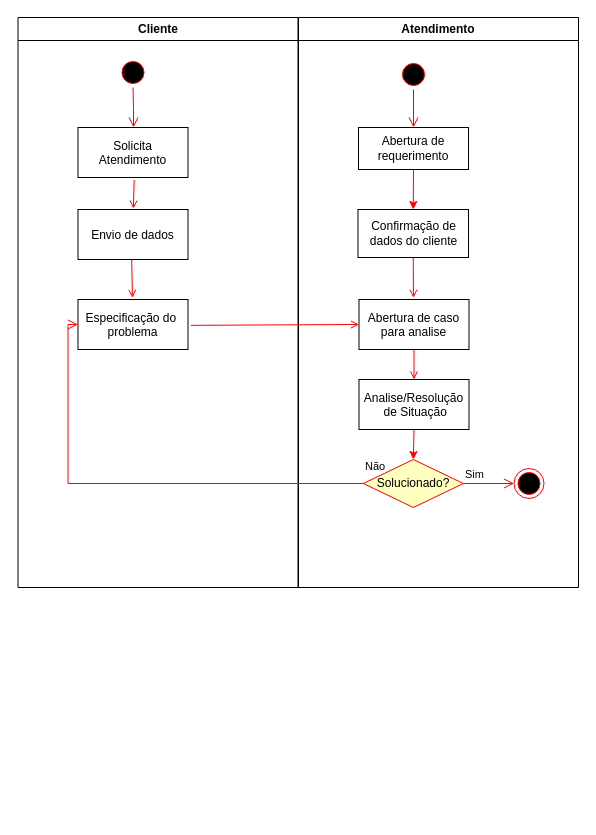
BrennoA/Diagram-de-atividades keeps this draw.io diagram as Diagrama sem nome.drawio. Above is the earlier version. Source tidied: cells renumbered, new cells numbered last; positions are measured from the earlier drawing's top-left corner, leaving out a move shared by most shapes. Both pictures are drawn from the tidied source at 100%, with x=0, y=0 at pixel (17, 17).
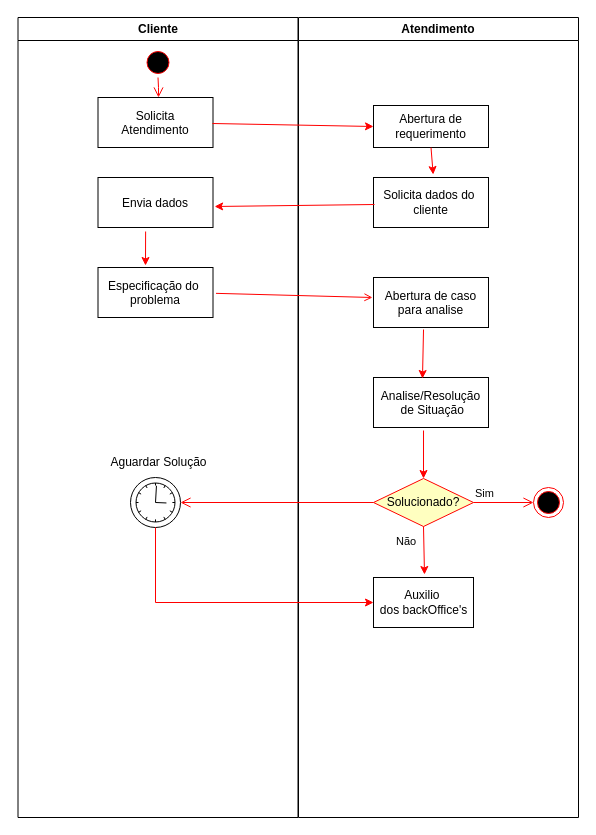
The same page after the edit.

Diff of the diagram source:
```diff
@@
     <mxCell id="2" value="Cliente" style="swimlane;whiteSpace=wrap;" parent="1" vertex="1">
-      <mxGeometry x="0.5" width="280" height="570" as="geometry" />
+      <mxGeometry x="0.5" width="280" height="800" as="geometry" />
     </mxCell>
     <mxCell id="3" style="ellipse;shape=startState;fillColor=#000000;strokeColor=#ff0000;" parent="2" vertex="1">
-      <mxGeometry x="100" y="40" width="30" height="30" as="geometry" />
+      <mxGeometry x="125" y="30" width="30" height="30" as="geometry" />
     </mxCell>
@@
     <mxCell id="5" value="Solicita&#10;Atendimento" parent="2" vertex="1">
-      <mxGeometry x="60" y="110" width="110" height="50" as="geometry" />
+      <mxGeometry x="80" y="80" width="115" height="50" as="geometry" />
     </mxCell>
-    <mxCell id="6" value="Envio de dados" parent="2" vertex="1">
-      <mxGeometry x="60" y="192" width="110" height="50" as="geometry" />
+    <mxCell id="6" value="Envia dados" parent="2" vertex="1">
+      <mxGeometry x="80" y="160" width="115" height="50" as="geometry" />
     </mxCell>
-    <mxCell id="7" style="endArrow=open;strokeColor=#FF0000;endFill=1;rounded=0;entryX=0.503;entryY=-0.017;entryDx=0;entryDy=0;entryPerimeter=0;exitX=0.511;exitY=1.05;exitDx=0;exitDy=0;exitPerimeter=0;" parent="2" edge="1" source="5" target="6">
-      <mxGeometry relative="1" as="geometry" />
-    </mxCell>
     <mxCell id="8" value="Especificação do &#10;problema" parent="2" vertex="1">
-      <mxGeometry x="60" y="282" width="110" height="50" as="geometry" />
+      <mxGeometry x="80" y="250" width="115" height="50" as="geometry" />
     </mxCell>
-    <mxCell id="9" style="endArrow=open;strokeColor=#FF0000;endFill=1;rounded=0;entryX=0.495;entryY=-0.033;entryDx=0;entryDy=0;entryPerimeter=0;exitX=0.488;exitY=1;exitDx=0;exitDy=0;exitPerimeter=0;" parent="2" edge="1" source="6" target="8">
+    <mxCell id="9" style="endArrow=classic;html=1;rounded=0;strokeColor=#FF0000;exitX=0.414;exitY=1.08;exitDx=0;exitDy=0;exitPerimeter=0;entryX=0.413;entryY=-0.04;entryDx=0;entryDy=0;entryPerimeter=0;" parent="2" edge="1" source="6" target="8">
       <mxGeometry relative="1" as="geometry" />
     </mxCell>
+    <mxCell id="26" style="points=[[0.145,0.145,0],[0.5,0,0],[0.855,0.145,0],[1,0.5,0],[0.855,0.855,0],[0.5,1,0],[0.145,0.855,0],[0,0.5,0]];shape=mxgraph.bpmn.event;html=1;verticalLabelPosition=bottom;labelBackgroundColor=#ffffff;verticalAlign=top;align=center;perimeter=ellipsePerimeter;outlineConnect=0;outline=standard;symbol=timer;" parent="2" vertex="1">
+      <mxGeometry x="112.5" y="460" width="50" height="50" as="geometry" />
+    </mxCell>
+    <mxCell id="27" value="Aguardar Solução" style="text;html=1;align=center;verticalAlign=middle;strokeColor=none;fillColor=none;" parent="2" vertex="1">
+      <mxGeometry x="80" y="430" width="120" height="30" as="geometry" />
+    </mxCell>
     <mxCell id="10" value="Atendimento" style="swimlane;whiteSpace=wrap;" parent="1" vertex="1">
-      <mxGeometry x="281" width="280" height="570" as="geometry" />
+      <mxGeometry x="281" width="280" height="800" as="geometry" />
     </mxCell>
     <mxCell id="11" value="Abertura de caso&#10;para analise" parent="10" vertex="1">
-      <mxGeometry x="60.5" y="282" width="110" height="50" as="geometry" />
+      <mxGeometry x="75" y="260" width="115" height="50" as="geometry" />
     </mxCell>
     <mxCell id="12" value="Analise/Resolução&#10; de Situação" parent="10" vertex="1">
-      <mxGeometry x="60.5" y="362" width="110" height="50" as="geometry" />
+      <mxGeometry x="75" y="360" width="115" height="50" as="geometry" />
     </mxCell>
-    <mxCell id="13" style="endArrow=open;strokeColor=#FF0000;endFill=1;rounded=0;" parent="10" edge="1" source="11" target="12">
-      <mxGeometry relative="1" as="geometry" />
-    </mxCell>
-    <mxCell id="14" style="ellipse;html=1;shape=startState;fillColor=#000000;strokeColor=#ff0000;" parent="10" vertex="1">
-      <mxGeometry x="100" y="42" width="30" height="30" as="geometry" />
-    </mxCell>
-    <mxCell id="15" style="edgeStyle=orthogonalEdgeStyle;html=1;verticalAlign=bottom;endArrow=open;endSize=8;strokeColor=#ff0000;rounded=0;entryX=0.5;entryY=0;entryDx=0;entryDy=0;" parent="10" edge="1" source="14" target="21">
-      <mxGeometry relative="1" as="geometry" />
-    </mxCell>
@@
     <mxCell id="17" value="Solucionado?" style="rhombus;whiteSpace=wrap;html=1;fillColor=#ffffc0;strokeColor=#ff0000;" parent="10" vertex="1">
-      <mxGeometry x="64.8" y="442" width="100" height="48" as="geometry" />
+      <mxGeometry x="75" y="461" width="100" height="48" as="geometry" />
     </mxCell>
-    <mxCell id="18" style="endArrow=classic;html=1;rounded=0;strokeColor=#FF0000;entryX=0.5;entryY=0;entryDx=0;entryDy=0;exitX=0.5;exitY=1;exitDx=0;exitDy=0;" parent="10" edge="1" source="12" target="17">
+    <mxCell id="18" style="endArrow=classic;html=1;rounded=0;strokeColor=#FF0000;entryX=0.5;entryY=0;entryDx=0;entryDy=0;exitX=0.435;exitY=1.06;exitDx=0;exitDy=0;exitPerimeter=0;" parent="10" edge="1" source="12" target="17">
       <mxGeometry relative="1" as="geometry" />
     </mxCell>
     <mxCell id="19" style="ellipse;shape=endState;fillColor=#000000;strokeColor=#ff0000;" parent="10" vertex="1">
-      <mxGeometry x="215.5" y="451" width="30" height="30" as="geometry" />
+      <mxGeometry x="235" y="470" width="30" height="30" as="geometry" />
     </mxCell>
-    <mxCell id="20" style="endArrow=open;strokeColor=#FF0000;endFill=1;rounded=0;exitX=0.5;exitY=1;exitDx=0;exitDy=0;entryX=0.495;entryY=-0.033;entryDx=0;entryDy=0;entryPerimeter=0;" parent="10" edge="1" source="22" target="11">
-      <mxGeometry relative="1" as="geometry" />
-    </mxCell>
     <mxCell id="21" value="Abertura de requerimento" style="rounded=0;whiteSpace=wrap;html=1;" parent="10" vertex="1">
-      <mxGeometry x="60" y="110" width="110" height="42" as="geometry" />
+      <mxGeometry x="75" y="88" width="115" height="42" as="geometry" />
     </mxCell>
-    <mxCell id="22" value="Confirmação de dados do cliente" style="rounded=0;whiteSpace=wrap;html=1;" parent="10" vertex="1">
-      <mxGeometry x="59.5" y="192" width="110.5" height="48" as="geometry" />
-    </mxCell>
-    <mxCell id="23" style="endArrow=classic;html=1;rounded=0;strokeColor=#FF0000;exitX=0.5;exitY=1;exitDx=0;exitDy=0;entryX=0.5;entryY=0;entryDx=0;entryDy=0;" parent="10" edge="1" source="21" target="22">
-      <mxGeometry relative="1" as="geometry" />
-    </mxCell>
+    <mxCell id="13" style="endArrow=classic;html=1;rounded=0;strokeColor=#FF0000;entryX=0.426;entryY=0.02;entryDx=0;entryDy=0;entryPerimeter=0;exitX=0.435;exitY=1.04;exitDx=0;exitDy=0;exitPerimeter=0;" parent="10" edge="1" source="11" target="12">
+      <mxGeometry relative="1" as="geometry" />
+    </mxCell>
+    <mxCell id="28" value="Solicita dados do&amp;nbsp; cliente" style="rounded=0;whiteSpace=wrap;html=1;" parent="10" vertex="1">
+      <mxGeometry x="75" y="160" width="115" height="50" as="geometry" />
+    </mxCell>
+    <mxCell id="29" style="endArrow=classic;html=1;rounded=0;strokeColor=#FF0000;exitX=0.5;exitY=1;exitDx=0;exitDy=0;entryX=0.519;entryY=-0.06;entryDx=0;entryDy=0;entryPerimeter=0;" parent="10" edge="1" source="21" target="28">
+      <mxGeometry relative="1" as="geometry" />
+    </mxCell>
+    <mxCell id="30" value="Auxilio&amp;nbsp;&lt;br&gt;dos backOffice's" style="html=1;dashed=0;whitespace=wrap;" parent="10" vertex="1">
+      <mxGeometry x="75" y="560" width="100" height="50" as="geometry" />
+    </mxCell>
+    <mxCell id="31" style="endArrow=classic;html=1;rounded=0;strokeColor=#FF0000;exitX=0.5;exitY=1;exitDx=0;exitDy=0;entryX=0.51;entryY=-0.06;entryDx=0;entryDy=0;entryPerimeter=0;" parent="10" edge="1" source="17" target="30">
+      <mxGeometry relative="1" as="geometry" />
+    </mxCell>
-    <mxCell id="24" style="endArrow=open;strokeColor=#FF0000;endFill=1;rounded=0;entryX=0;entryY=0.5;entryDx=0;entryDy=0;exitX=1.026;exitY=0.517;exitDx=0;exitDy=0;exitPerimeter=0;" parent="1" edge="1" source="8" target="11">
+    <mxCell id="24" style="endArrow=open;strokeColor=#FF0000;endFill=1;rounded=0;entryX=-0.009;entryY=0.4;entryDx=0;entryDy=0;exitX=1.026;exitY=0.517;exitDx=0;exitDy=0;exitPerimeter=0;entryPerimeter=0;" parent="1" edge="1" source="8" target="11">
       <mxGeometry relative="1" as="geometry" />
     </mxCell>
-    <mxCell id="25" value="Não" style="edgeStyle=orthogonalEdgeStyle;html=1;align=left;verticalAlign=top;endArrow=open;endSize=8;strokeColor=#ff0000;rounded=0;exitX=0;exitY=0.5;exitDx=0;exitDy=0;entryX=0;entryY=0.5;entryDx=0;entryDy=0;" parent="1" edge="1" source="17" target="8">
-      <mxGeometry x="-1" y="-30" relative="1" as="geometry" />
+    <mxCell id="25" value="Não" style="edgeStyle=orthogonalEdgeStyle;html=1;align=left;verticalAlign=top;endArrow=open;endSize=8;strokeColor=#ff0000;rounded=0;exitX=0;exitY=0.5;exitDx=0;exitDy=0;entryX=1;entryY=0.5;entryDx=0;entryDy=0;entryPerimeter=0;" parent="1" edge="1" source="17" target="26">
+      <mxGeometry x="-1" y="33" relative="1" as="geometry">
+        <mxPoint x="21" y="-7" as="offset" />
+      </mxGeometry>
     </mxCell>
+    <mxCell id="32" style="endArrow=classic;html=1;rounded=0;strokeColor=#FF0000;entryX=0;entryY=0.5;entryDx=0;entryDy=0;exitX=0.995;exitY=0.52;exitDx=0;exitDy=0;exitPerimeter=0;" parent="1" edge="1" source="5" target="21">
+      <mxGeometry relative="1" as="geometry" />
+    </mxCell>
+    <mxCell id="33" style="endArrow=classic;html=1;rounded=0;strokeColor=#FF0000;exitX=0.009;exitY=0.54;exitDx=0;exitDy=0;exitPerimeter=0;entryX=1.014;entryY=0.58;entryDx=0;entryDy=0;entryPerimeter=0;" parent="1" edge="1" source="28" target="6">
+      <mxGeometry relative="1" as="geometry" />
+    </mxCell>
+    <mxCell id="34" style="endArrow=classic;html=1;rounded=0;strokeColor=#FF0000;exitX=0.5;exitY=1;exitDx=0;exitDy=0;exitPerimeter=0;entryX=0;entryY=0.5;entryDx=0;entryDy=0;entryPerimeter=0;" parent="1" edge="1" source="26" target="30">
+      <mxGeometry relative="1" as="geometry">
+        <Array as="points">
+          <mxPoint x="138" y="585" />
+        </Array>
+      </mxGeometry>
+    </mxCell>
```
